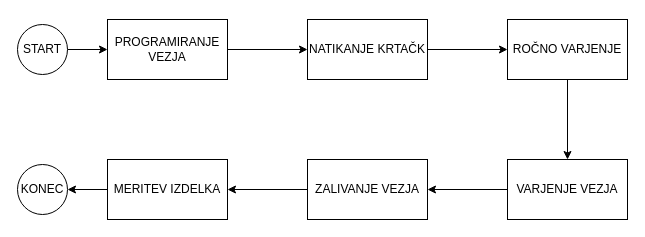
Earlier version of the draw.io diagram Untitled Diagram.drawio (gacnik1994/stuff). Source tidied: cells renumbered, new cells numbered last; positions are measured from the earlier drawing's top-left corner, leaving out a move shared by most shapes. Both pictures are drawn from the tidied source at 100%, with x=0, y=0 at pixel (17, 19).
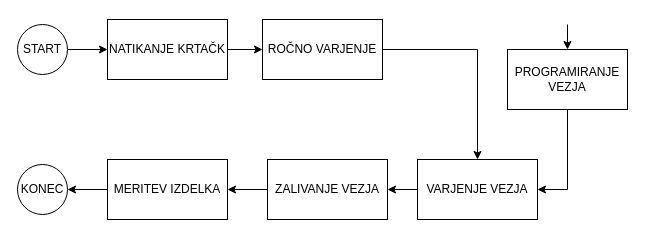
The same page after the edit.

The edit, as a diff of the source:
```diff
@@
 <mxGraphModel>
   <root>
     <mxCell id="0" />
     <mxCell id="1" parent="0" />
-    <mxCell id="2" style="edgeStyle=orthogonalEdgeStyle;rounded=0;jettySize=auto;html=1;" parent="1" edge="1" source="3" target="5">
-      <mxGeometry relative="1" as="geometry" />
-    </mxCell>
+    <mxCell id="17" style="edgeStyle=orthogonalEdgeStyle;rounded=0;jettySize=auto;html=1;entryX=0;entryY=0.5;entryDx=0;entryDy=0;" parent="1" edge="1" source="3" target="7">
+      <mxGeometry relative="1" as="geometry" />
+    </mxCell>
     <mxCell id="3" value="START" style="ellipse;whiteSpace=wrap;html=1;" parent="1" vertex="1">
       <mxGeometry y="5" width="50" height="50" as="geometry" />
     </mxCell>
-    <mxCell id="4" style="edgeStyle=orthogonalEdgeStyle;rounded=0;jettySize=auto;html=1;" parent="1" edge="1" source="5" target="7">
-      <mxGeometry relative="1" as="geometry" />
-    </mxCell>
+    <mxCell id="18" style="edgeStyle=orthogonalEdgeStyle;rounded=0;jettySize=auto;html=1;entryX=1;entryY=0.5;entryDx=0;entryDy=0;" parent="1" edge="1" source="5" target="11">
+      <mxGeometry relative="1" as="geometry" />
+    </mxCell>
     <mxCell id="5" value="PROGRAMIRANJE VEZJA" style="whiteSpace=wrap;html=1;" parent="1" vertex="1">
-      <mxGeometry x="90" width="120" height="60" as="geometry" />
+      <mxGeometry x="490" y="30" width="120" height="60" as="geometry" />
     </mxCell>
     <mxCell id="6" style="edgeStyle=orthogonalEdgeStyle;rounded=0;jettySize=auto;html=1;" parent="1" edge="1" source="7" target="9">
       <mxGeometry relative="1" as="geometry" />
     </mxCell>
     <mxCell id="7" value="NATIKANJE KRTAČK" style="whiteSpace=wrap;html=1;" parent="1" vertex="1">
-      <mxGeometry x="290" width="120" height="60" as="geometry" />
+      <mxGeometry x="90" width="120" height="60" as="geometry" />
     </mxCell>
     <mxCell id="8" style="edgeStyle=orthogonalEdgeStyle;rounded=0;jettySize=auto;html=1;" parent="1" edge="1" source="9" target="11">
       <mxGeometry relative="1" as="geometry" />
     </mxCell>
     <mxCell id="9" value="ROČNO VARJENJE" style="whiteSpace=wrap;html=1;" parent="1" vertex="1">
-      <mxGeometry x="490" width="120" height="60" as="geometry" />
+      <mxGeometry x="245" width="120" height="60" as="geometry" />
     </mxCell>
     <mxCell id="10" style="edgeStyle=orthogonalEdgeStyle;rounded=0;jettySize=auto;html=1;" parent="1" edge="1" source="11" target="13">
       <mxGeometry relative="1" as="geometry" />
     </mxCell>
     <mxCell id="11" value="VARJENJE VEZJA" style="whiteSpace=wrap;html=1;" parent="1" vertex="1">
-      <mxGeometry x="490" y="140" width="120" height="60" as="geometry" />
+      <mxGeometry x="400" y="140" width="120" height="60" as="geometry" />
     </mxCell>
     <mxCell id="12" style="edgeStyle=orthogonalEdgeStyle;rounded=0;jettySize=auto;html=1;" parent="1" edge="1" source="13" target="15">
       <mxGeometry relative="1" as="geometry" />
     </mxCell>
     <mxCell id="13" value="ZALIVANJE VEZJA" style="whiteSpace=wrap;html=1;" parent="1" vertex="1">
-      <mxGeometry x="290" y="140" width="120" height="60" as="geometry" />
+      <mxGeometry x="250" y="140" width="120" height="60" as="geometry" />
     </mxCell>
     <mxCell id="14" style="edgeStyle=orthogonalEdgeStyle;rounded=0;jettySize=auto;html=1;" parent="1" edge="1" source="15" target="16">
       <mxGeometry relative="1" as="geometry" />
     </mxCell>
     <mxCell id="15" value="MERITEV IZDELKA" style="whiteSpace=wrap;html=1;" parent="1" vertex="1">
       <mxGeometry x="90" y="140" width="120" height="60" as="geometry" />
     </mxCell>
     <mxCell id="16" value="KONEC" style="ellipse;whiteSpace=wrap;html=1;" parent="1" vertex="1">
       <mxGeometry y="145" width="50" height="50" as="geometry" />
     </mxCell>
+    <mxCell id="19" style="edgeStyle=orthogonalEdgeStyle;rounded=0;jettySize=auto;html=1;entryX=0.5;entryY=0;entryDx=0;entryDy=0;" parent="1" edge="1" target="5">
+      <mxGeometry relative="1" as="geometry">
+        <mxPoint x="550" y="5" as="sourcePoint" />
+      </mxGeometry>
+    </mxCell>
   </root>
 </mxGraphModel>
```
